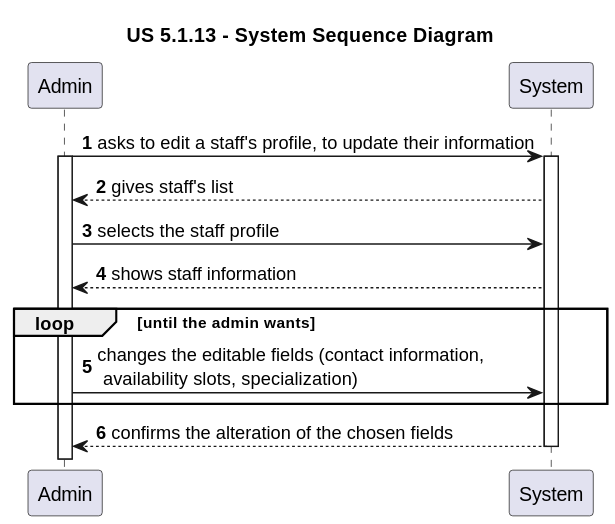
rita-barbosa/LAPR5-2425 keeps this PlantUML diagram as docs/sprint-1/1221933/us-5.1.13/diagrams/ssd/us-5.1.13-ssd.svg. Above is the earlier version. The source it was exported from:
```plantuml
@startuml

title "US 5.1.13 - System Sequence Diagram"

autonumber

participant Admin as ADM
participant System as SYS

ADM -> SYS : asks to edit a staff's profile, to update their information
activate ADM
activate SYS

SYS --> ADM : gives staff's list

ADM -> SYS : selects the staff profile

SYS --> ADM : shows staff information

loop until the admin wants

ADM -> SYS : changes the editable fields (contact information,\n availability slots, specialization)

end loop

SYS --> ADM : confirms the alteration of the chosen fields

deactivate SYS
@enduml
```
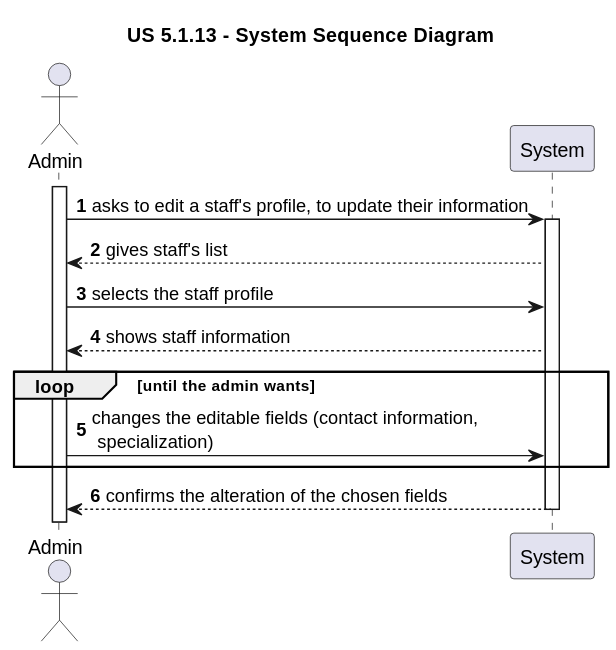
After the change.

Diff of the diagram source:
```diff
@@ -4,11 +4,12 @@
 
 autonumber
 
-participant Admin as ADM
+actor Admin as ADM
 participant System as SYS
 
+activate ADM
+
 ADM -> SYS : asks to edit a staff's profile, to update their information
-activate ADM
 activate SYS
 
 SYS --> ADM : gives staff's list
@@ -19,7 +20,7 @@
 
 loop until the admin wants
 
-ADM -> SYS : changes the editable fields (contact information,\n availability slots, specialization)
+ADM -> SYS : changes the editable fields (contact information,\n specialization)
 
 end loop
 
```
